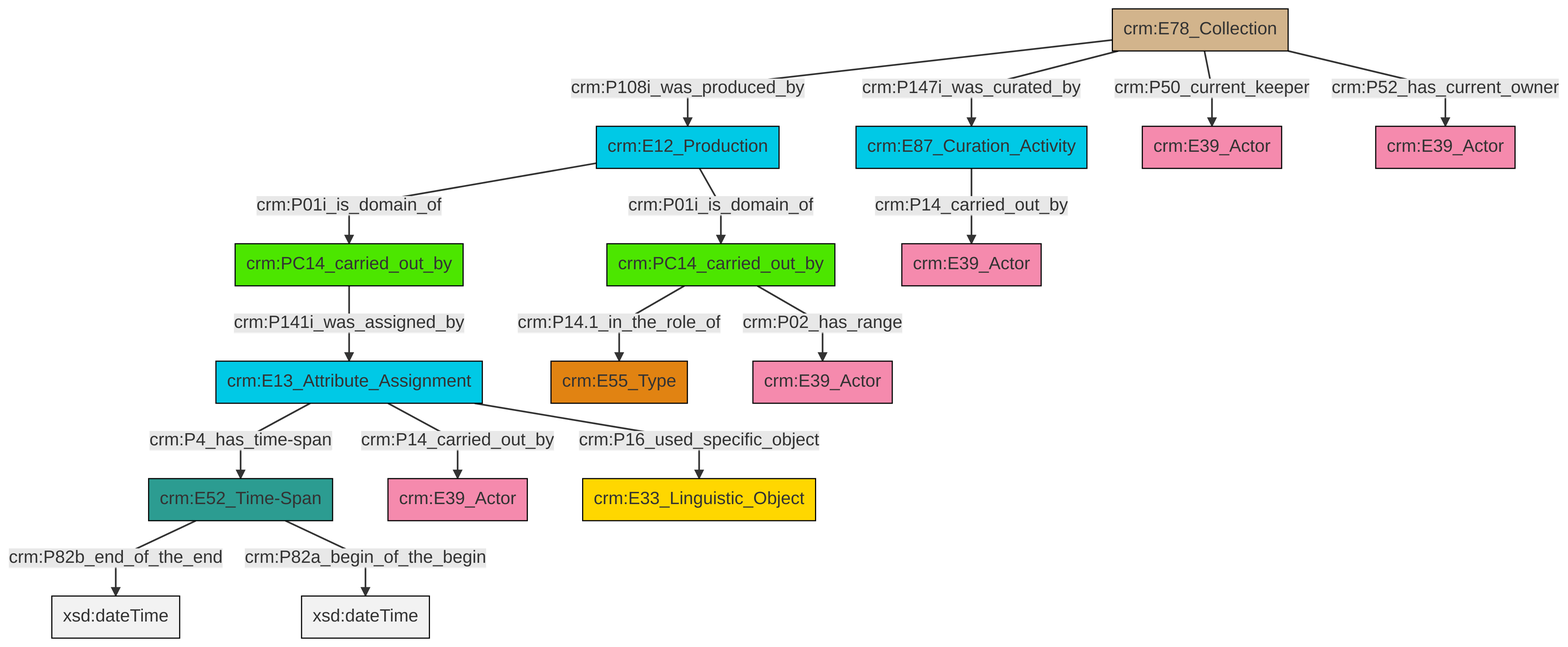
The Mermaid diagram et/archivalCSV/ttl/mmd/png/archival_relation.png in swiss-art-research-net/docs.swissartresearch, before a commit. Its source is kept beside it as et/archivalCSV/ttl/mmd/archival_relation.ttl.mmd.
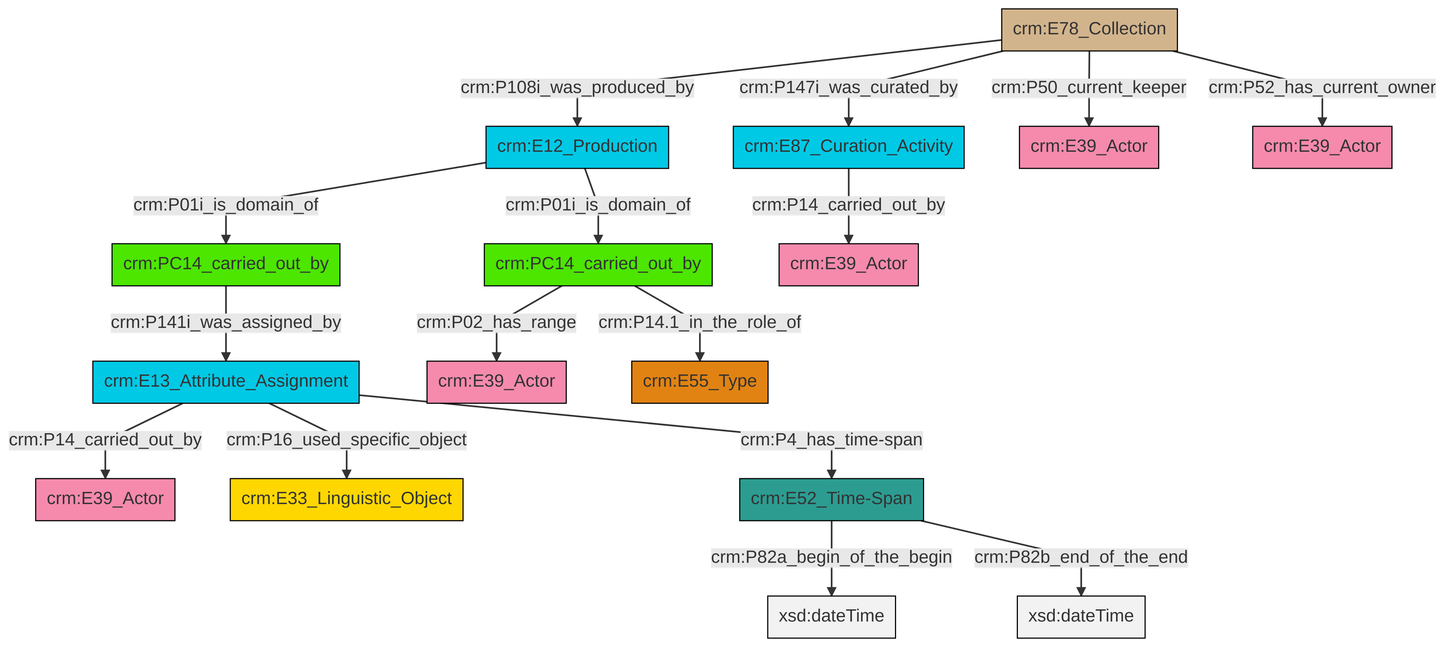
Later version of the same file.

The edit, as a diff of the source:
```diff
@@ -13,18 +13,18 @@
 classDef PC_Classes fill:#4ce600, stroke:#000000;
 classDef Multi fill:#cccccc,stroke:#000000;
 
-0["crm:E12_Production"]:::Temporal_Entity -->|crm:P01i_is_domain_of| 1["crm:PC14_carried_out_by"]:::PC_Classes
-5["crm:E52_Time-Span"]:::Time-Span -->|crm:P82b_end_of_the_end| 6[xsd:dateTime]:::Literal
-7["crm:E78_Collection"]:::Physical_Thing -->|crm:P50_current_keeper| 11["crm:E39_Actor"]:::Actor
-12["crm:E13_Attribute_Assignment"]:::Temporal_Entity -->|crm:P14_carried_out_by| 9["crm:E39_Actor"]:::Actor
-1["crm:PC14_carried_out_by"]:::PC_Classes -->|crm:P141i_was_assigned_by| 12["crm:E13_Attribute_Assignment"]:::Temporal_Entity
-5["crm:E52_Time-Span"]:::Time-Span -->|crm:P82a_begin_of_the_begin| 13[xsd:dateTime]:::Literal
-19["crm:PC14_carried_out_by"]:::PC_Classes -->|crm:P14.1_in_the_role_of| 15["crm:E55_Type"]:::Type
-12["crm:E13_Attribute_Assignment"]:::Temporal_Entity -->|crm:P4_has_time-span| 5["crm:E52_Time-Span"]:::Time-Span
-12["crm:E13_Attribute_Assignment"]:::Temporal_Entity -->|crm:P16_used_specific_object| 17["crm:E33_Linguistic_Object"]:::Conceptual_Object
-7["crm:E78_Collection"]:::Physical_Thing -->|crm:P108i_was_produced_by| 0["crm:E12_Production"]:::Temporal_Entity
-7["crm:E78_Collection"]:::Physical_Thing -->|crm:P52_has_current_owner| 25["crm:E39_Actor"]:::Actor
-7["crm:E78_Collection"]:::Physical_Thing -->|crm:P147i_was_curated_by| 2["crm:E87_Curation_Activity"]:::Temporal_Entity
-0["crm:E12_Production"]:::Temporal_Entity -->|crm:P01i_is_domain_of| 19["crm:PC14_carried_out_by"]:::PC_Classes
-2["crm:E87_Curation_Activity"]:::Temporal_Entity -->|crm:P14_carried_out_by| 27["crm:E39_Actor"]:::Actor
-19["crm:PC14_carried_out_by"]:::PC_Classes -->|crm:P02_has_range| 21["crm:E39_Actor"]:::Actor
+0["crm:E52_Time-Span"]:::Time-Span -->|crm:P82a_begin_of_the_begin| 1[xsd:dateTime]:::Literal
+6["crm:E78_Collection"]:::Physical_Thing -->|crm:P108i_was_produced_by| 7["crm:E12_Production"]:::Temporal_Entity
+6["crm:E78_Collection"]:::Physical_Thing -->|crm:P147i_was_curated_by| 2["crm:E87_Curation_Activity"]:::Temporal_Entity
+0["crm:E52_Time-Span"]:::Time-Span -->|crm:P82b_end_of_the_end| 14[xsd:dateTime]:::Literal
+7["crm:E12_Production"]:::Temporal_Entity -->|crm:P01i_is_domain_of| 4["crm:PC14_carried_out_by"]:::PC_Classes
+4["crm:PC14_carried_out_by"]:::PC_Classes -->|crm:P141i_was_assigned_by| 15["crm:E13_Attribute_Assignment"]:::Temporal_Entity
+6["crm:E78_Collection"]:::Physical_Thing -->|crm:P50_current_keeper| 19["crm:E39_Actor"]:::Actor
+7["crm:E12_Production"]:::Temporal_Entity -->|crm:P01i_is_domain_of| 10["crm:PC14_carried_out_by"]:::PC_Classes
+10["crm:PC14_carried_out_by"]:::PC_Classes -->|crm:P02_has_range| 8["crm:E39_Actor"]:::Actor
+10["crm:PC14_carried_out_by"]:::PC_Classes -->|crm:P14.1_in_the_role_of| 20["crm:E55_Type"]:::Type
+15["crm:E13_Attribute_Assignment"]:::Temporal_Entity -->|crm:P14_carried_out_by| 21["crm:E39_Actor"]:::Actor
+15["crm:E13_Attribute_Assignment"]:::Temporal_Entity -->|crm:P16_used_specific_object| 12["crm:E33_Linguistic_Object"]:::Conceptual_Object
+15["crm:E13_Attribute_Assignment"]:::Temporal_Entity -->|crm:P4_has_time-span| 0["crm:E52_Time-Span"]:::Time-Span
+2["crm:E87_Curation_Activity"]:::Temporal_Entity -->|crm:P14_carried_out_by| 26["crm:E39_Actor"]:::Actor
+6["crm:E78_Collection"]:::Physical_Thing -->|crm:P52_has_current_owner| 17["crm:E39_Actor"]:::Actor
```
